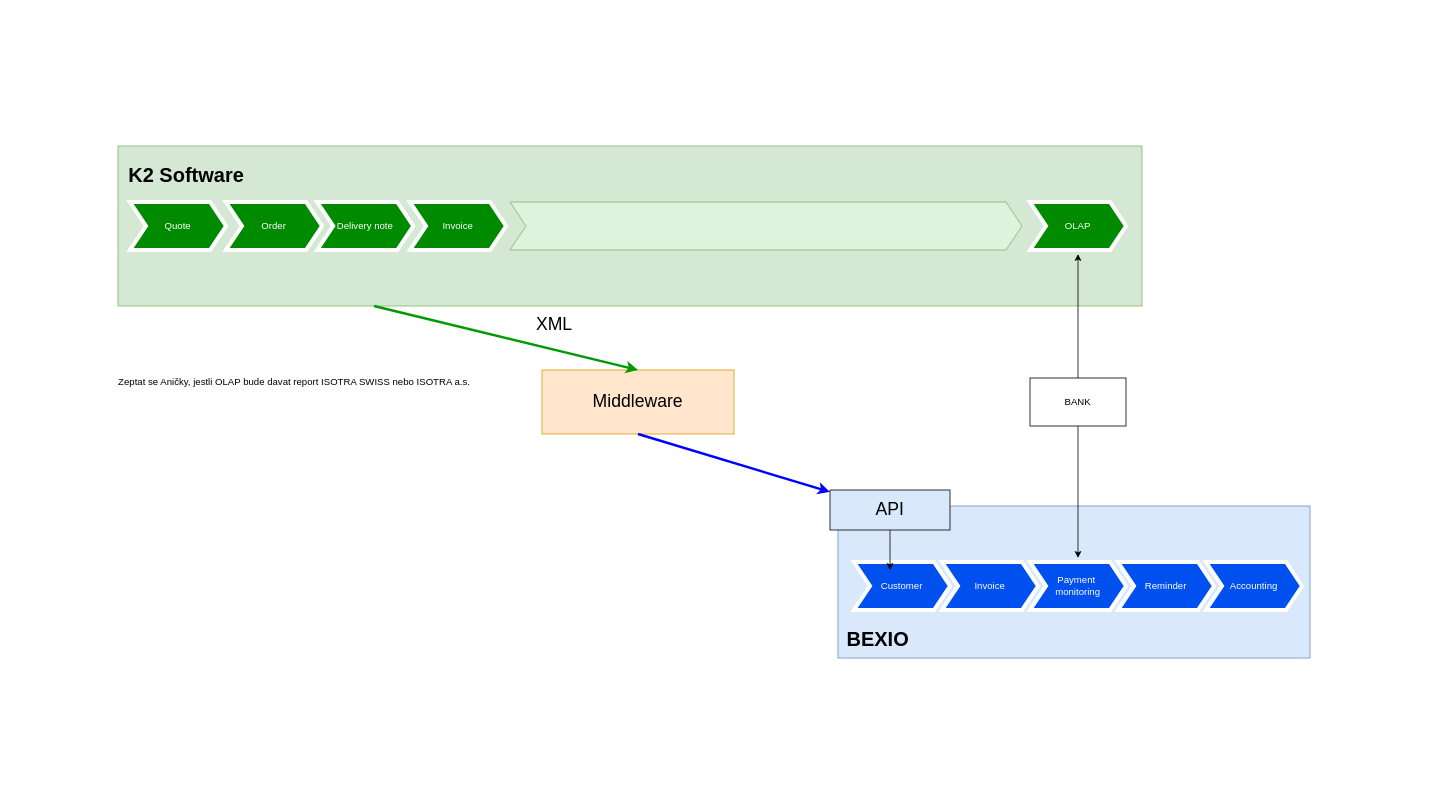
Earlier version of the draw.io diagram K2-Bexio.drawio (horeckyj/drawio). Source tidied: cells renumbered, new cells numbered last; positions are measured from the earlier drawing's top-left corner, leaving out a move shared by most shapes. Both pictures are drawn from the tidied source at 80%, with x=0, y=0 at pixel (104, 146).
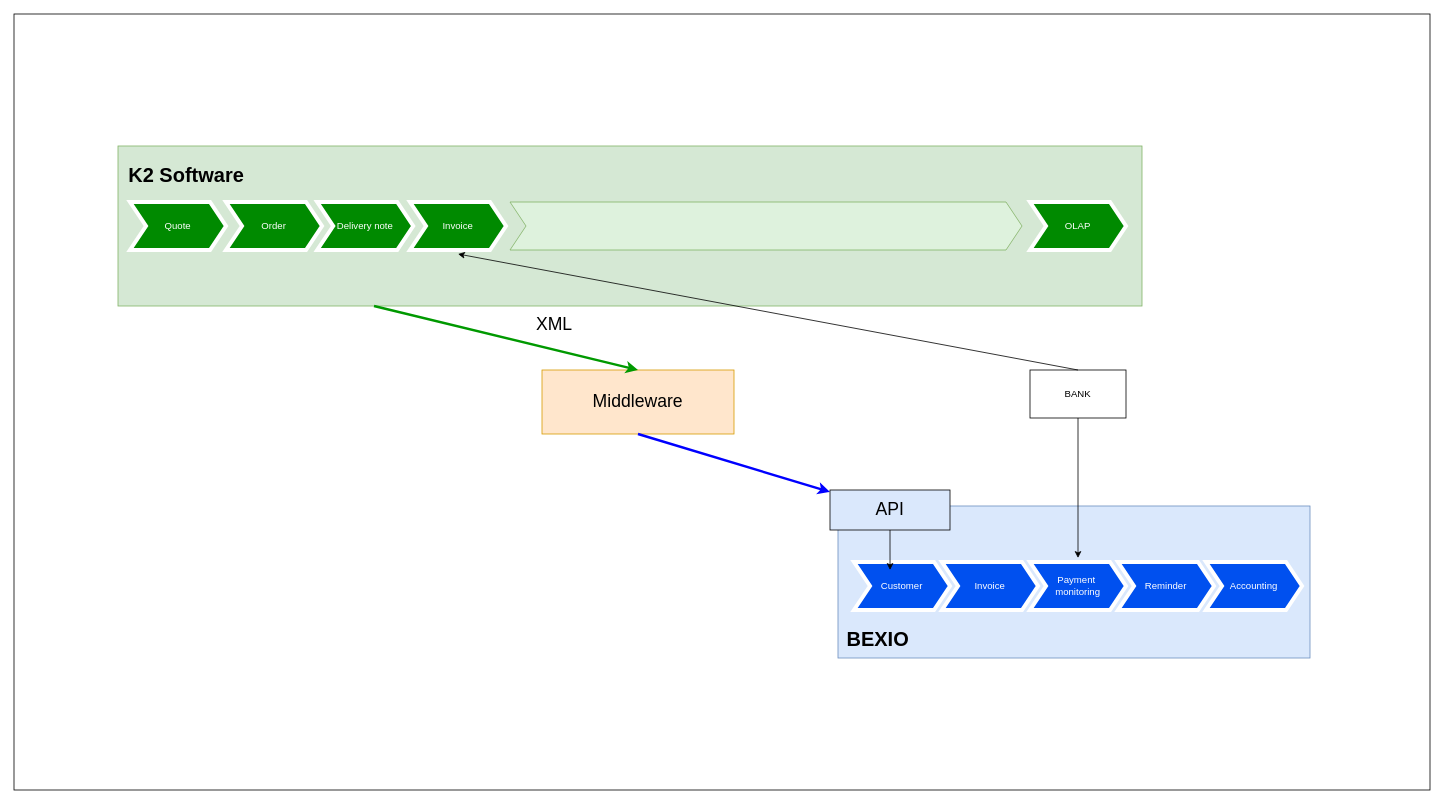
The same page after the edit.

Unchanged cells that the change refers to:
```xml
<mxCell id="7" value="Invoice" style="shape=step;perimeter=stepPerimeter;whiteSpace=wrap;html=1;fixedSize=1;fillColor=#008a00;fontColor=#ffffff;strokeColor=#FFFFFF;perimeterSpacing=5;strokeWidth=5;" parent="1" vertex="1">
  <mxGeometry x="382" y="70" width="120" height="60" as="geometry" />
</mxCell>
<mxCell id="19" value="OLAP" style="shape=step;perimeter=stepPerimeter;whiteSpace=wrap;html=1;fixedSize=1;fillColor=#008a00;fontColor=#ffffff;strokeColor=#FFFFFF;perimeterSpacing=5;strokeWidth=5;" parent="1" vertex="1">
  <mxGeometry x="1157" y="70" width="120" height="60" as="geometry" />
</mxCell>
```

The edit, as a diff of the source:
```diff
@@
+    <mxCell id="27" style="rounded=0;whiteSpace=wrap;html=1;" parent="1" vertex="1">
+      <mxGeometry x="-113" y="-165" width="1770" height="970" as="geometry" />
+    </mxCell>
@@
-    <mxCell id="20" style="edgeStyle=orthogonalEdgeStyle;rounded=0;jettySize=auto;html=1;exitX=0.5;exitY=0;exitDx=0;exitDy=0;" parent="1" edge="1" source="22" target="19">
-      <mxGeometry relative="1" as="geometry" />
-    </mxCell>
@@
     <mxCell id="22" value="BANK" style="whiteSpace=wrap;html=1;" parent="1" vertex="1">
-      <mxGeometry x="1157" y="290" width="120" height="60" as="geometry" />
+      <mxGeometry x="1157" y="280" width="120" height="60" as="geometry" />
     </mxCell>
@@
-    <mxCell id="26" value="Zeptat se Aničky, jestli OLAP bude davat report ISOTRA SWISS nebo ISOTRA a.s." style="text;html=1;align=center;verticalAlign=middle;strokeColor=none;fillColor=none;" parent="1" vertex="1">
-      <mxGeometry x="7" y="280" width="460" height="30" as="geometry" />
-    </mxCell>
+    <mxCell id="28" style="endArrow=classic;html=1;rounded=0;entryX=0.5;entryY=1;entryDx=0;entryDy=0;exitX=0.5;exitY=0;exitDx=0;exitDy=0;" parent="1" edge="1" source="22" target="7">
+      <mxGeometry relative="1" as="geometry" />
+    </mxCell>
```
